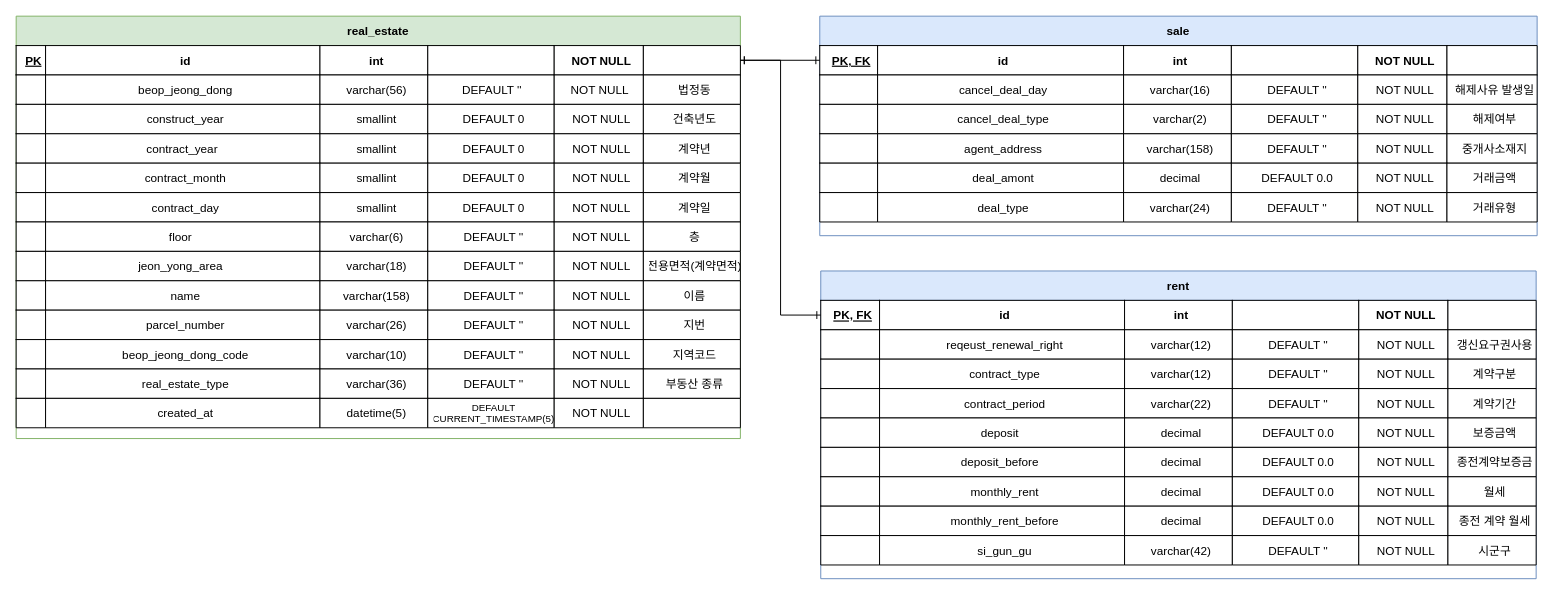
dsadara/batch-estate-engine keeps this draw.io diagram as wiki/erd/20240621.drawio. Above is the earlier version. Source tidied: cells renumbered, new cells numbered last; positions are measured from the earlier drawing's top-left corner, leaving out a move shared by most shapes. Both pictures are drawn from the tidied source at 98%, with x=0, y=0 at pixel (16, 16).
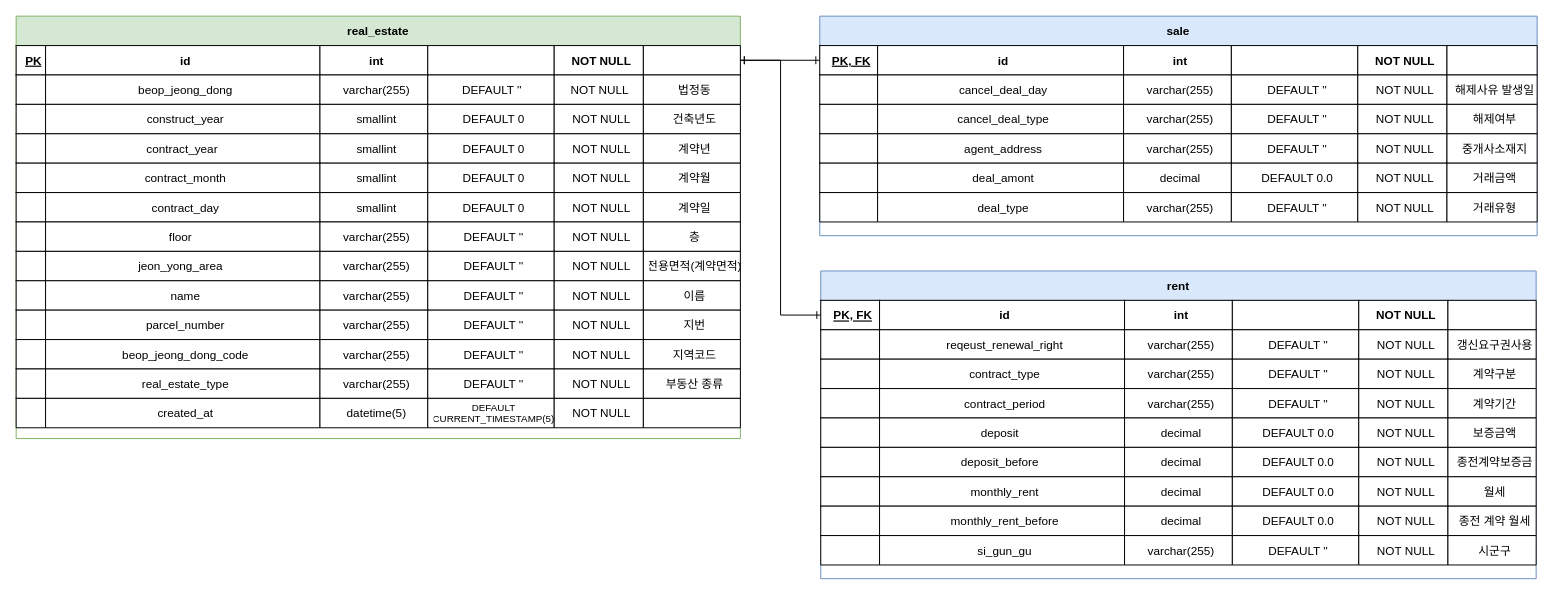
The same diagram, later.

Commit message (it also covers changes not shown here):
fix: 데이터 타입 varchar(255)로 변경

The change refers to these unchanged cells:
```xml
<mxCell id="10" style="shape=partialRectangle;fillColor=none;top=0;left=0;right=0;bottom=0;labelBackgroundColor=none;" parent="2" vertex="1">
  <mxGeometry y="60" width="739" height="30" as="geometry" />
</mxCell>
<mxCell id="45" style="shape=partialRectangle;fillColor=none;top=0;left=0;right=0;bottom=0;labelBackgroundColor=none;" parent="2" vertex="1">
  <mxGeometry y="210" width="739" height="30" as="geometry" />
</mxCell>
<mxCell id="52" style="shape=partialRectangle;fillColor=none;top=0;left=0;right=0;bottom=0;labelBackgroundColor=none;" parent="2" vertex="1">
  <mxGeometry y="240" width="739" height="30" as="geometry" />
</mxCell>
<mxCell id="59" style="shape=partialRectangle;fillColor=none;top=0;left=0;right=0;bottom=0;labelBackgroundColor=none;" parent="2" vertex="1">
  <mxGeometry y="270" width="739" height="30" as="geometry" />
</mxCell>
<mxCell id="66" style="shape=partialRectangle;fillColor=none;top=0;left=0;right=0;bottom=0;labelBackgroundColor=none;" parent="2" vertex="1">
  <mxGeometry y="300" width="739" height="30" as="geometry" />
</mxCell>
<mxCell id="73" style="shape=partialRectangle;fillColor=none;top=0;left=0;right=0;bottom=0;labelBackgroundColor=none;" parent="2" vertex="1">
  <mxGeometry y="330" width="739" height="30" as="geometry" />
</mxCell>
<mxCell id="80" style="shape=partialRectangle;fillColor=none;top=0;left=0;right=0;bottom=0;labelBackgroundColor=none;" parent="2" vertex="1">
  <mxGeometry y="360" width="739" height="30" as="geometry" />
</mxCell>
<mxCell id="102" style="shape=partialRectangle;fillColor=none;top=0;left=0;right=0;bottom=0;labelBackgroundColor=none;" parent="94" vertex="1">
  <mxGeometry y="60" width="732" height="30" as="geometry" />
</mxCell>
<mxCell id="109" style="shape=partialRectangle;fillColor=none;top=0;left=0;right=0;bottom=0;labelBackgroundColor=none;" parent="94" vertex="1">
  <mxGeometry y="90" width="732" height="30" as="geometry" />
</mxCell>
<mxCell id="116" style="shape=partialRectangle;fillColor=none;top=0;left=0;right=0;bottom=0;labelBackgroundColor=none;" parent="94" vertex="1">
  <mxGeometry y="120" width="732" height="30" as="geometry" />
</mxCell>
<mxCell id="130" style="shape=partialRectangle;fillColor=none;top=0;left=0;right=0;bottom=0;labelBackgroundColor=none;" parent="94" vertex="1">
  <mxGeometry y="180" width="732" height="30" as="geometry" />
</mxCell>
<mxCell id="145" style="shape=partialRectangle;fillColor=none;top=0;left=0;right=0;bottom=0;labelBackgroundColor=none;" parent="137" vertex="1">
  <mxGeometry y="60" width="730" height="30" as="geometry" />
</mxCell>
<mxCell id="152" style="shape=partialRectangle;fillColor=none;top=0;left=0;right=0;bottom=0;labelBackgroundColor=none;" parent="137" vertex="1">
  <mxGeometry y="90" width="730" height="30" as="geometry" />
</mxCell>
<mxCell id="159" style="shape=partialRectangle;fillColor=none;top=0;left=0;right=0;bottom=0;labelBackgroundColor=none;" parent="137" vertex="1">
  <mxGeometry y="120" width="730" height="30" as="geometry" />
</mxCell>
<mxCell id="194" style="shape=partialRectangle;fillColor=none;top=0;left=0;right=0;bottom=0;labelBackgroundColor=none;" parent="137" vertex="1">
  <mxGeometry y="270" width="730" height="30" as="geometry" />
</mxCell>
```

The edit, as a diff of the source:
```diff
@@
-    <mxCell id="13" value="varchar(56)" style="shape=partialRectangle;overflow=hidden;top=1;left=1;bottom=1;right=1;align=center;spacingLeft=6;shadow=0;strokeWidth=1;perimeterSpacing=0;verticalAlign=middle;fontFamily=Helvetica;fontSize=12;fontStyle=0;labelBackgroundColor=none;" parent="10" vertex="1">
+    <mxCell id="13" value="varchar(255)" style="shape=partialRectangle;overflow=hidden;top=1;left=1;bottom=1;right=1;align=center;spacingLeft=6;shadow=0;strokeWidth=1;perimeterSpacing=0;verticalAlign=middle;fontFamily=Helvetica;fontSize=12;fontStyle=0;labelBackgroundColor=none;" parent="10" vertex="1">
       <mxGeometry x="310" width="110" height="30" as="geometry" />
     </mxCell>
@@
-    <mxCell id="48" value="varchar(6)" style="shape=partialRectangle;overflow=hidden;top=1;left=1;bottom=1;right=1;align=center;spacingLeft=6;labelBackgroundColor=none;" parent="45" vertex="1">
+    <mxCell id="48" value="varchar(255)" style="shape=partialRectangle;overflow=hidden;top=1;left=1;bottom=1;right=1;align=center;spacingLeft=6;labelBackgroundColor=none;" parent="45" vertex="1">
       <mxGeometry x="310" width="110" height="30" as="geometry" />
     </mxCell>
@@
-    <mxCell id="55" value="varchar(18)" style="shape=partialRectangle;overflow=hidden;top=1;left=1;bottom=1;right=1;align=center;spacingLeft=6;labelBackgroundColor=none;" parent="52" vertex="1">
+    <mxCell id="55" value="varchar(255)" style="shape=partialRectangle;overflow=hidden;top=1;left=1;bottom=1;right=1;align=center;spacingLeft=6;labelBackgroundColor=none;" parent="52" vertex="1">
       <mxGeometry x="310" width="110" height="30" as="geometry" />
     </mxCell>
@@
-    <mxCell id="62" value="varchar(158)" style="shape=partialRectangle;overflow=hidden;top=1;left=1;bottom=1;right=1;align=center;spacingLeft=6;labelBackgroundColor=none;" parent="59" vertex="1">
+    <mxCell id="62" value="varchar(255)" style="shape=partialRectangle;overflow=hidden;top=1;left=1;bottom=1;right=1;align=center;spacingLeft=6;labelBackgroundColor=none;" parent="59" vertex="1">
       <mxGeometry x="310" width="110" height="30" as="geometry" />
     </mxCell>
@@
-    <mxCell id="69" value="varchar(26)" style="shape=partialRectangle;overflow=hidden;top=1;left=1;bottom=1;right=1;align=center;spacingLeft=6;labelBackgroundColor=none;" parent="66" vertex="1">
+    <mxCell id="69" value="varchar(255)" style="shape=partialRectangle;overflow=hidden;top=1;left=1;bottom=1;right=1;align=center;spacingLeft=6;labelBackgroundColor=none;" parent="66" vertex="1">
       <mxGeometry x="310" width="110" height="30" as="geometry" />
     </mxCell>
@@
-    <mxCell id="76" value="varchar(10)" style="shape=partialRectangle;overflow=hidden;top=1;left=1;bottom=1;right=1;align=center;spacingLeft=6;labelBackgroundColor=none;" parent="73" vertex="1">
+    <mxCell id="76" value="varchar(255)" style="shape=partialRectangle;overflow=hidden;top=1;left=1;bottom=1;right=1;align=center;spacingLeft=6;labelBackgroundColor=none;" parent="73" vertex="1">
       <mxGeometry x="310" width="110" height="30" as="geometry" />
     </mxCell>
@@
-    <mxCell id="83" value="varchar(36)" style="shape=partialRectangle;overflow=hidden;top=1;left=1;bottom=1;right=1;align=center;spacingLeft=6;labelBackgroundColor=none;" parent="80" vertex="1">
+    <mxCell id="83" value="varchar(255)" style="shape=partialRectangle;overflow=hidden;top=1;left=1;bottom=1;right=1;align=center;spacingLeft=6;labelBackgroundColor=none;" parent="80" vertex="1">
       <mxGeometry x="310" width="110" height="30" as="geometry" />
     </mxCell>
@@
-    <mxCell id="105" value="varchar(16)" style="shape=partialRectangle;overflow=hidden;top=1;left=1;bottom=1;right=1;align=center;spacingLeft=6;shadow=0;strokeWidth=1;perimeterSpacing=0;verticalAlign=middle;fontFamily=Helvetica;fontSize=12;fontStyle=0;labelBackgroundColor=none;" parent="102" vertex="1">
+    <mxCell id="105" value="varchar(255)" style="shape=partialRectangle;overflow=hidden;top=1;left=1;bottom=1;right=1;align=center;spacingLeft=6;shadow=0;strokeWidth=1;perimeterSpacing=0;verticalAlign=middle;fontFamily=Helvetica;fontSize=12;fontStyle=0;labelBackgroundColor=none;" parent="102" vertex="1">
       <mxGeometry x="310" width="110" height="30" as="geometry" />
     </mxCell>
@@
-    <mxCell id="112" value="varchar(2)" style="shape=partialRectangle;overflow=hidden;top=1;left=1;bottom=1;right=1;align=center;spacingLeft=6;strokeWidth=1;shadow=0;verticalAlign=middle;fontFamily=Helvetica;fontSize=12;fontStyle=0;labelBackgroundColor=none;" parent="109" vertex="1">
+    <mxCell id="112" value="varchar(255)" style="shape=partialRectangle;overflow=hidden;top=1;left=1;bottom=1;right=1;align=center;spacingLeft=6;strokeWidth=1;shadow=0;verticalAlign=middle;fontFamily=Helvetica;fontSize=12;fontStyle=0;labelBackgroundColor=none;" parent="109" vertex="1">
       <mxGeometry x="310" width="110" height="30" as="geometry" />
     </mxCell>
@@
-    <mxCell id="119" value="varchar(158)" style="shape=partialRectangle;overflow=hidden;top=1;left=1;bottom=1;right=1;align=center;spacingLeft=6;shadow=0;strokeWidth=1;verticalAlign=middle;fontFamily=Helvetica;fontSize=12;fontStyle=0;labelBackgroundColor=none;" parent="116" vertex="1">
+    <mxCell id="119" value="varchar(255)" style="shape=partialRectangle;overflow=hidden;top=1;left=1;bottom=1;right=1;align=center;spacingLeft=6;shadow=0;strokeWidth=1;verticalAlign=middle;fontFamily=Helvetica;fontSize=12;fontStyle=0;labelBackgroundColor=none;" parent="116" vertex="1">
       <mxGeometry x="310" width="110" height="30" as="geometry" />
     </mxCell>
@@
-    <mxCell id="133" value="varchar(24)" style="shape=partialRectangle;overflow=hidden;top=1;left=1;bottom=1;right=1;align=center;spacingLeft=6;shadow=0;strokeWidth=1;verticalAlign=middle;fontFamily=Helvetica;fontSize=12;fontStyle=0;labelBackgroundColor=none;" parent="130" vertex="1">
+    <mxCell id="133" value="varchar(255)" style="shape=partialRectangle;overflow=hidden;top=1;left=1;bottom=1;right=1;align=center;spacingLeft=6;shadow=0;strokeWidth=1;verticalAlign=middle;fontFamily=Helvetica;fontSize=12;fontStyle=0;labelBackgroundColor=none;" parent="130" vertex="1">
       <mxGeometry x="310" width="110" height="30" as="geometry" />
     </mxCell>
@@
-    <mxCell id="148" value="varchar(12)" style="shape=partialRectangle;overflow=hidden;top=1;left=1;bottom=1;right=1;align=center;spacingLeft=6;shadow=0;strokeWidth=1;perimeterSpacing=0;verticalAlign=middle;fontFamily=Helvetica;fontSize=12;fontStyle=0;labelBackgroundColor=none;" parent="145" vertex="1">
+    <mxCell id="148" value="varchar(255)" style="shape=partialRectangle;overflow=hidden;top=1;left=1;bottom=1;right=1;align=center;spacingLeft=6;shadow=0;strokeWidth=1;perimeterSpacing=0;verticalAlign=middle;fontFamily=Helvetica;fontSize=12;fontStyle=0;labelBackgroundColor=none;" parent="145" vertex="1">
       <mxGeometry x="310" width="110" height="30" as="geometry" />
     </mxCell>
@@
-    <mxCell id="155" value="varchar(12)" style="shape=partialRectangle;overflow=hidden;top=1;left=1;bottom=1;right=1;align=center;spacingLeft=6;strokeWidth=1;shadow=0;verticalAlign=middle;fontFamily=Helvetica;fontSize=12;fontStyle=0;labelBackgroundColor=none;" parent="152" vertex="1">
+    <mxCell id="155" value="varchar(255)" style="shape=partialRectangle;overflow=hidden;top=1;left=1;bottom=1;right=1;align=center;spacingLeft=6;strokeWidth=1;shadow=0;verticalAlign=middle;fontFamily=Helvetica;fontSize=12;fontStyle=0;labelBackgroundColor=none;" parent="152" vertex="1">
       <mxGeometry x="310" width="110" height="30" as="geometry" />
     </mxCell>
@@
-    <mxCell id="162" value="varchar(22)" style="shape=partialRectangle;overflow=hidden;top=1;left=1;bottom=1;right=1;align=center;spacingLeft=6;shadow=0;strokeWidth=1;verticalAlign=middle;fontFamily=Helvetica;fontSize=12;fontStyle=0;labelBackgroundColor=none;" parent="159" vertex="1">
+    <mxCell id="162" value="varchar(255)" style="shape=partialRectangle;overflow=hidden;top=1;left=1;bottom=1;right=1;align=center;spacingLeft=6;shadow=0;strokeWidth=1;verticalAlign=middle;fontFamily=Helvetica;fontSize=12;fontStyle=0;labelBackgroundColor=none;" parent="159" vertex="1">
       <mxGeometry x="310" width="110" height="30" as="geometry" />
     </mxCell>
@@
-    <mxCell id="197" value="varchar(42)" style="shape=partialRectangle;overflow=hidden;top=1;left=1;bottom=1;right=1;align=center;spacingLeft=6;shadow=0;strokeWidth=1;verticalAlign=middle;fontFamily=Helvetica;fontSize=12;fontStyle=0;labelBackgroundColor=none;" parent="194" vertex="1">
+    <mxCell id="197" value="varchar(255)" style="shape=partialRectangle;overflow=hidden;top=1;left=1;bottom=1;right=1;align=center;spacingLeft=6;shadow=0;strokeWidth=1;verticalAlign=middle;fontFamily=Helvetica;fontSize=12;fontStyle=0;labelBackgroundColor=none;" parent="194" vertex="1">
       <mxGeometry x="310" width="110" height="30" as="geometry" />
     </mxCell>
```
